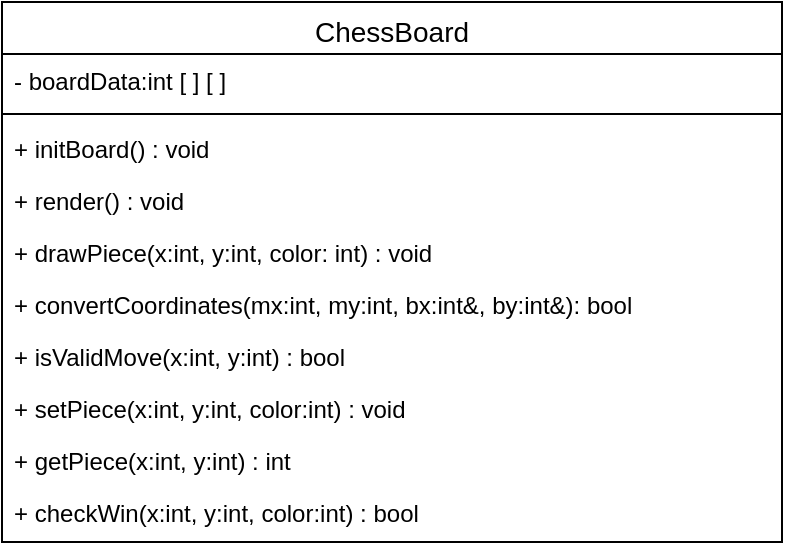
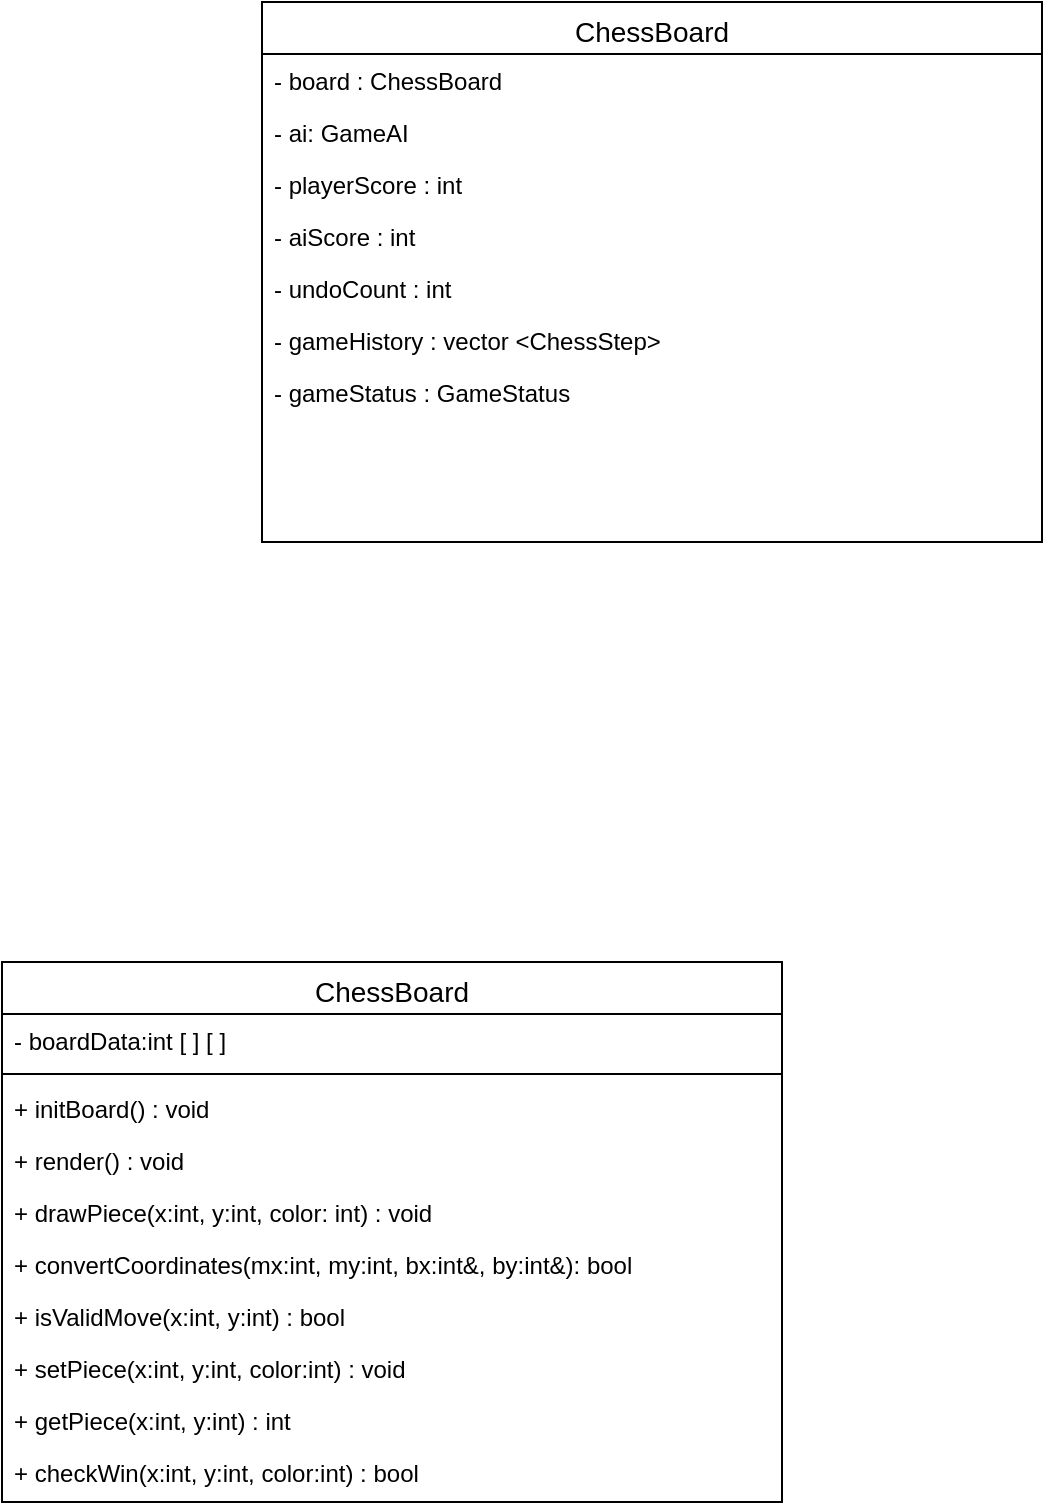
<mxfile host="app.diagrams.net">
  <diagram id="C5RBs43oDa-KdzZeNtuy" name="Page-1">
-     <mxGraphModel dx="1201" dy="859" grid="1" gridSize="10" guides="1" tooltips="1" connect="1" arrows="1" fold="1" page="1" pageScale="1" pageWidth="827" pageHeight="1169" math="0" shadow="0">
+     <mxGraphModel dx="816" dy="851" grid="1" gridSize="10" guides="1" tooltips="1" connect="1" arrows="1" fold="1" page="1" pageScale="1" pageWidth="827" pageHeight="1169" math="0" shadow="0">
      <root>
        <mxCell id="WIyWlLk6GJQsqaUBKTNV-0" />
        <mxCell id="WIyWlLk6GJQsqaUBKTNV-1" parent="WIyWlLk6GJQsqaUBKTNV-0" />
        <mxCell id="zkfFHV4jXpPFQw0GAbJ--6" parent="WIyWlLk6GJQsqaUBKTNV-1" style="swimlane;fontStyle=0;align=center;verticalAlign=top;childLayout=stackLayout;horizontal=1;startSize=26;horizontalStack=0;resizeParent=1;resizeLast=0;collapsible=1;marginBottom=0;rounded=0;shadow=0;strokeWidth=1;fontSize=14;" value="ChessBoard" vertex="1">
-           <mxGeometry height="270" width="390" x="220" y="240" as="geometry">
+           <mxGeometry height="270" width="390" x="140" y="530" as="geometry">
            <mxRectangle height="26" width="160" x="130" y="380" as="alternateBounds" />
          </mxGeometry>
        </mxCell>
        <mxCell id="zkfFHV4jXpPFQw0GAbJ--7" parent="zkfFHV4jXpPFQw0GAbJ--6" style="text;align=left;verticalAlign=top;spacingLeft=4;spacingRight=4;overflow=hidden;rotatable=0;points=[[0,0.5],[1,0.5]];portConstraint=eastwest;" value="- boardData:int [ ] [ ]" vertex="1">
          <mxGeometry height="26" width="390" y="26" as="geometry" />
        </mxCell>
        <mxCell id="zkfFHV4jXpPFQw0GAbJ--9" parent="zkfFHV4jXpPFQw0GAbJ--6" style="line;html=1;strokeWidth=1;align=left;verticalAlign=middle;spacingTop=-1;spacingLeft=3;spacingRight=3;rotatable=0;labelPosition=right;points=[];portConstraint=eastwest;" value="" vertex="1">
          <mxGeometry height="8" width="390" y="52" as="geometry" />
        </mxCell>
        <mxCell id="zkfFHV4jXpPFQw0GAbJ--11" parent="zkfFHV4jXpPFQw0GAbJ--6" style="text;align=left;verticalAlign=top;spacingLeft=4;spacingRight=4;overflow=hidden;rotatable=0;points=[[0,0.5],[1,0.5]];portConstraint=eastwest;" value="+ initBoard() : void" vertex="1">
          <mxGeometry height="26" width="390" y="60" as="geometry" />
        </mxCell>
        <mxCell id="HBTNYWOR6v0eBRnPvMGi-2" parent="zkfFHV4jXpPFQw0GAbJ--6" style="text;align=left;verticalAlign=top;spacingLeft=4;spacingRight=4;overflow=hidden;rotatable=0;points=[[0,0.5],[1,0.5]];portConstraint=eastwest;" value="+ render() : void" vertex="1">
          <mxGeometry height="26" width="390" y="86" as="geometry" />
        </mxCell>
        <mxCell id="HBTNYWOR6v0eBRnPvMGi-3" parent="zkfFHV4jXpPFQw0GAbJ--6" style="text;align=left;verticalAlign=top;spacingLeft=4;spacingRight=4;overflow=hidden;rotatable=0;points=[[0,0.5],[1,0.5]];portConstraint=eastwest;" value="+ drawPiece(x:int, y:int, color: int) : void" vertex="1">
          <mxGeometry height="26" width="390" y="112" as="geometry" />
        </mxCell>
        <mxCell id="HBTNYWOR6v0eBRnPvMGi-4" parent="zkfFHV4jXpPFQw0GAbJ--6" style="text;align=left;verticalAlign=top;spacingLeft=4;spacingRight=4;overflow=hidden;rotatable=0;points=[[0,0.5],[1,0.5]];portConstraint=eastwest;" value="+ convertCoordinates(mx:int, my:int, bx:int&amp;, by:int&amp;): bool" vertex="1">
          <mxGeometry height="26" width="390" y="138" as="geometry" />
        </mxCell>
        <mxCell id="HBTNYWOR6v0eBRnPvMGi-5" parent="zkfFHV4jXpPFQw0GAbJ--6" style="text;align=left;verticalAlign=top;spacingLeft=4;spacingRight=4;overflow=hidden;rotatable=0;points=[[0,0.5],[1,0.5]];portConstraint=eastwest;" value="+ isValidMove(x:int, y:int) : bool" vertex="1">
          <mxGeometry height="26" width="390" y="164" as="geometry" />
        </mxCell>
        <mxCell id="HBTNYWOR6v0eBRnPvMGi-6" parent="zkfFHV4jXpPFQw0GAbJ--6" style="text;align=left;verticalAlign=top;spacingLeft=4;spacingRight=4;overflow=hidden;rotatable=0;points=[[0,0.5],[1,0.5]];portConstraint=eastwest;" value="+ setPiece(x:int, y:int, color:int) : void" vertex="1">
          <mxGeometry height="26" width="390" y="190" as="geometry" />
        </mxCell>
        <mxCell id="HBTNYWOR6v0eBRnPvMGi-7" parent="zkfFHV4jXpPFQw0GAbJ--6" style="text;align=left;verticalAlign=top;spacingLeft=4;spacingRight=4;overflow=hidden;rotatable=0;points=[[0,0.5],[1,0.5]];portConstraint=eastwest;" value="+ getPiece(x:int, y:int) : int" vertex="1">
          <mxGeometry height="26" width="390" y="216" as="geometry" />
        </mxCell>
        <mxCell id="HBTNYWOR6v0eBRnPvMGi-8" parent="zkfFHV4jXpPFQw0GAbJ--6" style="text;align=left;verticalAlign=top;spacingLeft=4;spacingRight=4;overflow=hidden;rotatable=0;points=[[0,0.5],[1,0.5]];portConstraint=eastwest;" value="+ checkWin(x:int, y:int, color:int) : bool" vertex="1">
          <mxGeometry height="26" width="390" y="242" as="geometry" />
        </mxCell>
+         <mxCell id="HBTNYWOR6v0eBRnPvMGi-10" parent="WIyWlLk6GJQsqaUBKTNV-1" style="swimlane;fontStyle=0;align=center;verticalAlign=top;childLayout=stackLayout;horizontal=1;startSize=26;horizontalStack=0;resizeParent=1;resizeLast=0;collapsible=1;marginBottom=0;rounded=0;shadow=0;strokeWidth=1;fontSize=14;" value="ChessBoard" vertex="1">
+           <mxGeometry height="270" width="390" x="270" y="50" as="geometry">
+             <mxRectangle height="26" width="160" x="130" y="380" as="alternateBounds" />
+           </mxGeometry>
+         </mxCell>
+         <mxCell id="HBTNYWOR6v0eBRnPvMGi-21" parent="HBTNYWOR6v0eBRnPvMGi-10" style="text;align=left;verticalAlign=top;spacingLeft=4;spacingRight=4;overflow=hidden;rotatable=0;points=[[0,0.5],[1,0.5]];portConstraint=eastwest;" value="- board : ChessBoard" vertex="1">
+           <mxGeometry height="26" width="390" y="26" as="geometry" />
+         </mxCell>
+         <mxCell id="HBTNYWOR6v0eBRnPvMGi-22" parent="HBTNYWOR6v0eBRnPvMGi-10" style="text;align=left;verticalAlign=top;spacingLeft=4;spacingRight=4;overflow=hidden;rotatable=0;points=[[0,0.5],[1,0.5]];portConstraint=eastwest;" value="- ai: GameAI" vertex="1">
+           <mxGeometry height="26" width="390" y="52" as="geometry" />
+         </mxCell>
+         <mxCell id="HBTNYWOR6v0eBRnPvMGi-23" parent="HBTNYWOR6v0eBRnPvMGi-10" style="text;align=left;verticalAlign=top;spacingLeft=4;spacingRight=4;overflow=hidden;rotatable=0;points=[[0,0.5],[1,0.5]];portConstraint=eastwest;" value="- playerScore : int" vertex="1">
+           <mxGeometry height="26" width="390" y="78" as="geometry" />
+         </mxCell>
+         <mxCell id="HBTNYWOR6v0eBRnPvMGi-24" parent="HBTNYWOR6v0eBRnPvMGi-10" style="text;align=left;verticalAlign=top;spacingLeft=4;spacingRight=4;overflow=hidden;rotatable=0;points=[[0,0.5],[1,0.5]];portConstraint=eastwest;" value="- aiScore : int" vertex="1">
+           <mxGeometry height="26" width="390" y="104" as="geometry" />
+         </mxCell>
+         <mxCell id="HBTNYWOR6v0eBRnPvMGi-25" parent="HBTNYWOR6v0eBRnPvMGi-10" style="text;align=left;verticalAlign=top;spacingLeft=4;spacingRight=4;overflow=hidden;rotatable=0;points=[[0,0.5],[1,0.5]];portConstraint=eastwest;" value="- undoCount : int" vertex="1">
+           <mxGeometry height="26" width="390" y="130" as="geometry" />
+         </mxCell>
+         <mxCell id="HBTNYWOR6v0eBRnPvMGi-26" parent="HBTNYWOR6v0eBRnPvMGi-10" style="text;align=left;verticalAlign=top;spacingLeft=4;spacingRight=4;overflow=hidden;rotatable=0;points=[[0,0.5],[1,0.5]];portConstraint=eastwest;" value="- gameHistory : vector &lt;ChessStep&gt;" vertex="1">
+           <mxGeometry height="26" width="390" y="156" as="geometry" />
+         </mxCell>
+         <mxCell id="HBTNYWOR6v0eBRnPvMGi-27" parent="HBTNYWOR6v0eBRnPvMGi-10" style="text;align=left;verticalAlign=top;spacingLeft=4;spacingRight=4;overflow=hidden;rotatable=0;points=[[0,0.5],[1,0.5]];portConstraint=eastwest;" value="- gameStatus : GameStatus " vertex="1">
+           <mxGeometry height="26" width="390" y="182" as="geometry" />
+         </mxCell>
      </root>
    </mxGraphModel>
  </diagram>
</mxfile>
